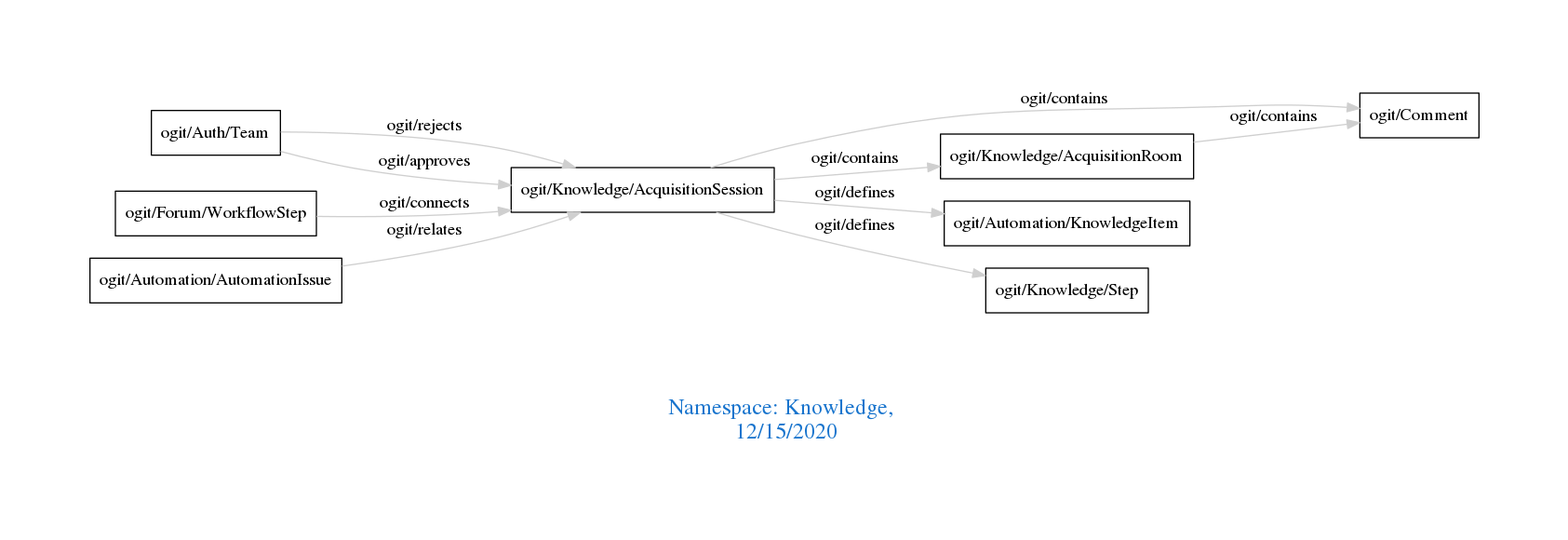
This is downloads/Knowledge.png from arago/OGIT, a Graphviz export, as it was before one commit. Its source is kept beside it as downloads/Knowledge.dot.
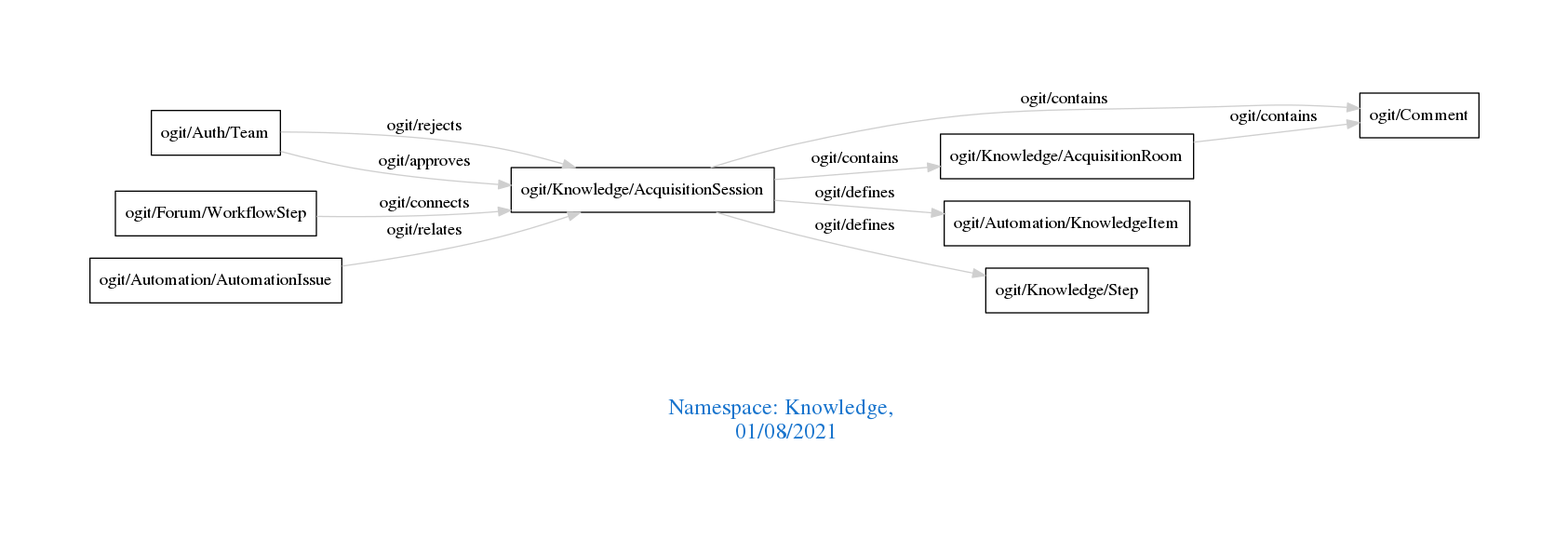
After the change.

The edit, as a diff of the source:
```diff
@@ -1,7 +1,7 @@
 digraph OGIT_ontology {
  graph [ rankdir= LR,pad=1
 fontsize = 18,
-fontcolor= dodgerblue3,label = "\n\n\nNamespace: Knowledge, \n 12/15/2020"];
+fontcolor= dodgerblue3,label = "\n\n\nNamespace: Knowledge, \n 01/08/2021"];
 node[shape=polygon];
 edge [  color="gray81"];
 
```
